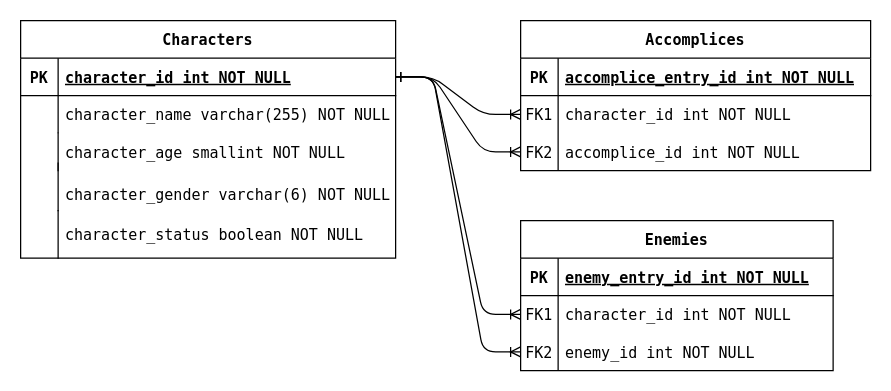
The draw.io diagram backend/ERD.drawio in suzoo-dev/marvel-app, before the edit. Source tidied: cells renumbered, new cells numbered last; positions are measured from the earlier drawing's top-left corner, leaving out a move shared by most shapes. Both pictures are drawn from the tidied source at 125%, with x=0, y=0 at pixel (20, 20).
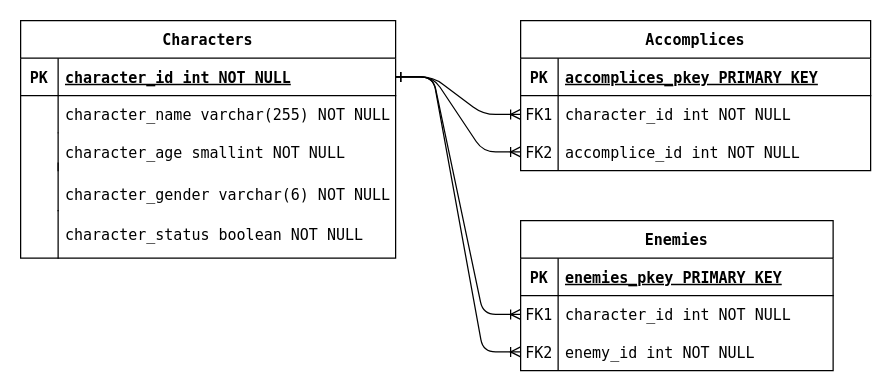
The same diagram, later.

Commit message (it also covers changes not shown here):
added schema creation script

Unchanged cells that the change refers to:
```xml
<mxCell id="4" style="shape=partialRectangle;fillColor=none;top=0;left=0;right=0;bottom=1;fontFamily=Lucida Console;spacing=0;" parent="3" vertex="1">
  <mxGeometry y="30" width="280" height="30" as="geometry" />
</mxCell>
<mxCell id="15" style="shape=partialRectangle;fillColor=none;top=0;left=0;right=0;bottom=1;fontFamily=Lucida Console;spacing=0;" parent="14" vertex="1">
  <mxGeometry y="30" width="250" height="30" as="geometry" />
</mxCell>
```

What changed in the source:
```diff
@@
-    <mxCell id="6" value="accomplice_entry_id int NOT NULL " style="shape=partialRectangle;overflow=hidden;fillColor=none;top=0;left=0;bottom=0;right=0;align=left;spacingLeft=6;fontStyle=5;fontFamily=Lucida Console;spacing=0;" parent="4" vertex="1">
+    <mxCell id="6" value="accomplices_pkey PRIMARY KEY" style="shape=partialRectangle;overflow=hidden;fillColor=none;top=0;left=0;bottom=0;right=0;align=left;spacingLeft=6;fontStyle=5;fontFamily=Lucida Console;spacing=0;" parent="4" vertex="1">
       <mxGeometry x="30" width="250" height="30" as="geometry" />
     </mxCell>
@@
-    <mxCell id="17" value="enemy_entry_id int NOT NULL " style="shape=partialRectangle;overflow=hidden;fillColor=none;top=0;left=0;bottom=0;right=0;align=left;spacingLeft=6;fontStyle=5;fontFamily=Lucida Console;spacing=0;" parent="15" vertex="1">
+    <mxCell id="17" value="enemies_pkey PRIMARY KEY" style="shape=partialRectangle;overflow=hidden;fillColor=none;top=0;left=0;bottom=0;right=0;align=left;spacingLeft=6;fontStyle=5;fontFamily=Lucida Console;spacing=0;" parent="15" vertex="1">
       <mxGeometry x="30" width="220" height="30" as="geometry" />
     </mxCell>
```
